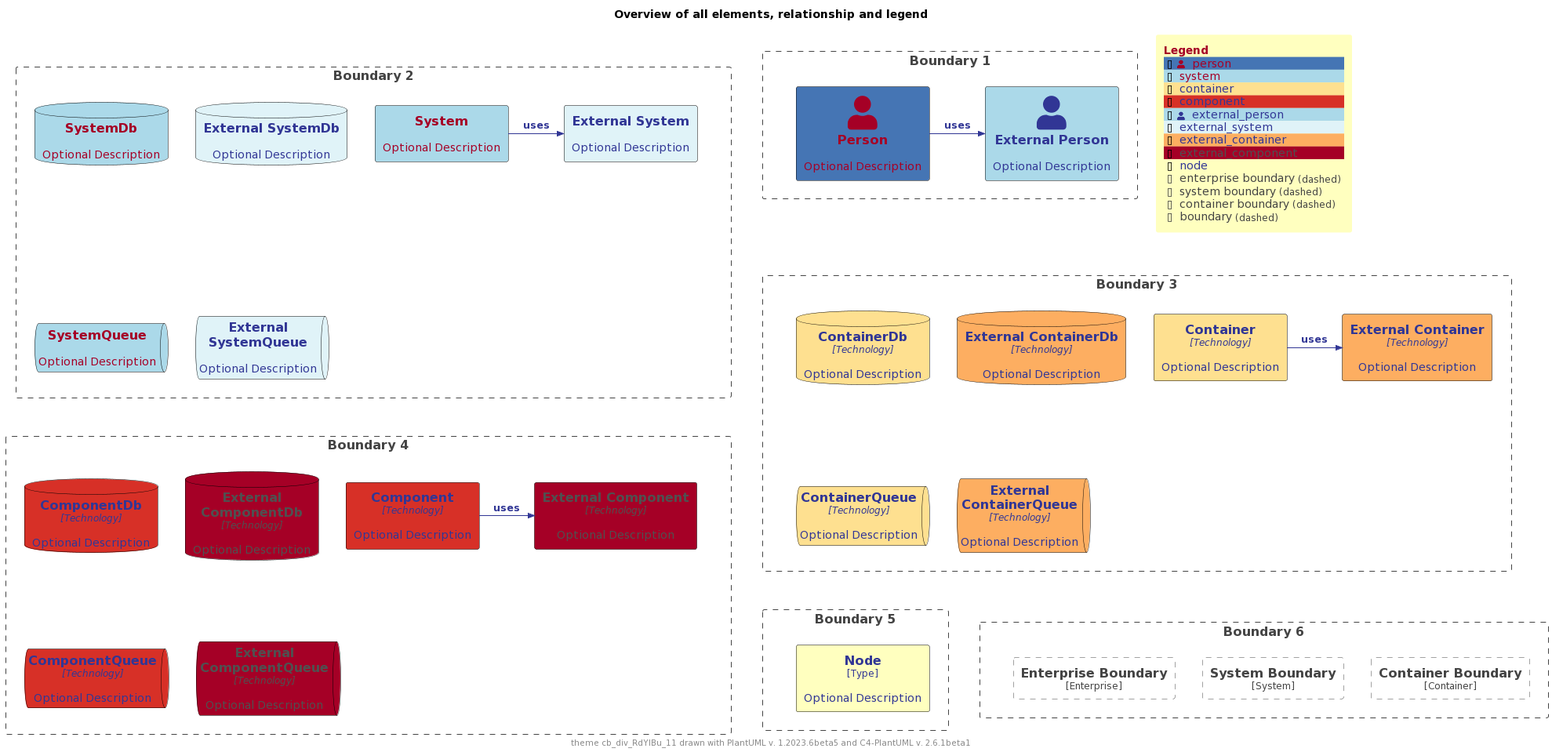
mweagle/C4-PlantUML-Themes keeps this PlantUML diagram as palettes/puml-theme-cb_div_RdYlBu_11-example.png. Above is the earlier version.
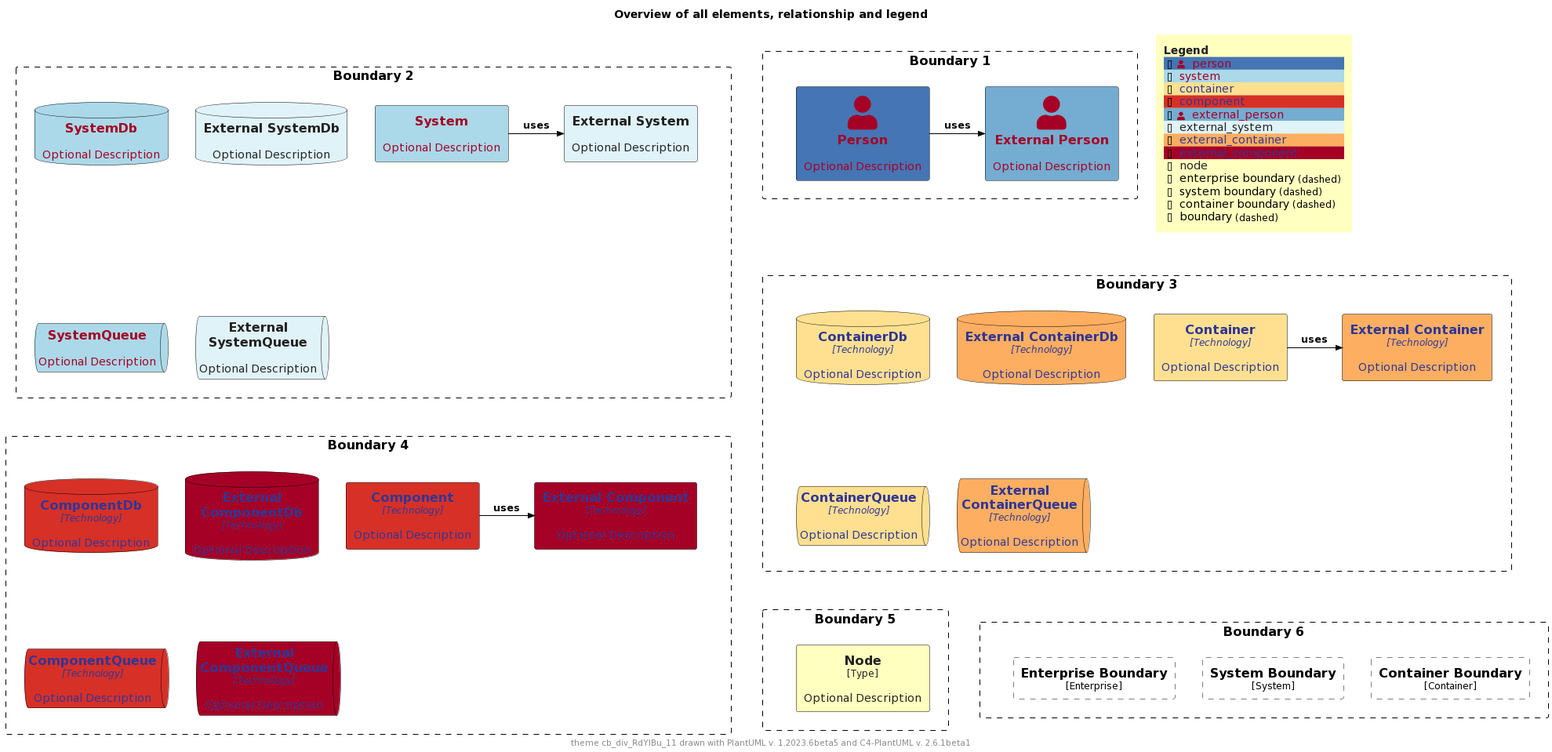
Above is the later version.

Diff of the diagram source:
```diff
@@ -2,16 +2,16 @@
 !$THEME = "cb_div_RdYlBu_11"
 
 !function $textcolor($bgColor)
-!if $bgcolor == $COLOR_INDEX_4 || $bgcolor == $COLOR_INDEX_5
+!if $bgColor == $COLOR_INDEX_0 || $bgColor == $COLOR_INDEX_1 || $bgColor == $COLOR_INDEX_2 || $bgColor == $COLOR_INDEX_3 || $bgColor == $COLOR_INDEX_4
+!return $COLOR_INDEX_10
+!elseif $bgColor == $COLOR_INDEX_7 || $bgColor == $COLOR_INDEX_8 || $bgColor == $COLOR_INDEX_9 || $bgColor == $COLOR_INDEX_10
+!return $COLOR_INDEX_0
+!elseif %is_light($bgColor)
+!return "#222222"
+!elseif %is_dark($bgColor)
+!return "#dddddd"
+!else
 !return $COLOR_TEXT_FALLBACK_COLOR
-!elseif $bgColor == $COLOR_INDEX_10
-!return $COLOR_TEXT_FALLBACK_COLOR
-!elseif $bgColor == $COLOR_INDEX_0
-!return $COLOR_TEXT_FALLBACK_COLOR
-!elseif %is_light($bgColor)
-!return $COLOR_TEXT_DARK
-!else
-!return $COLOR_TEXT_LIGHT
 !endif
 !endfunction
 
@@ -28,42 +28,40 @@
 !$COLOR_INDEX_10="#313695"
 !$COLOR_BORDER_COLOR="#000000"
 
-!$COLOR_REL_COLOR="#313695"
-
 !$COLOR_TEXT_LIGHT=$COLOR_INDEX_0
 !$COLOR_TEXT_DARK=$COLOR_INDEX_10
 !$COLOR_TEXT_NEUTRAL=$textcolor($COLOR_INDEX_5)
-!$COLOR_REL_COLOR=$textcolor($COLOR_INDEX_0)
+!$COLOR_REL_COLOR=$textcolor($COLOR_INDEX_10)
 
-!$COLOR_TEXT_FALLBACK_COLOR ?= "#505050"
+!$COLOR_TEXT_FALLBACK_COLOR ?= "#000000"
 
 !$STEREOTYPE_FONT_SIZE ?= 12
 !$TECHN_FONT_SIZE ?= 12
 
-!$ELEMENT_FONT_COLOR ?= $COLOR_TEXT_NEUTRAL
+!$ELEMENT_FONT_COLOR ?= $COLOR_TEXT_FALLBACK_COLOR
 
-!$ARROW_COLOR ?= $COLOR_TEXT_NEUTRAL
-!$ARROW_FONT_COLOR ?= $COLOR_TEXT_NEUTRAL
+!$ARROW_COLOR ?= $COLOR_TEXT_FALLBACK_COLOR
+!$ARROW_FONT_COLOR ?= $COLOR_TEXT_FALLBACK_COLOR
 !$ARROW_FONT_SIZE ?= 12
 
-!$BOUNDARY_COLOR ?= "#444444"
+!$BOUNDARY_COLOR ?= $COLOR_BORDER_COLOR
 !$BOUNDARY_BG_COLOR ?= "transparent"
 !$BOUNDARY_BORDER_STYLE ?= "dashed"
 
-!$PERSON_FONT_COLOR ?= $textcolor($COLOR_INDEX_9)
 !$PERSON_BG_COLOR ?= $COLOR_INDEX_9
+!$PERSON_FONT_COLOR ?= $textcolor($PERSON_BG_COLOR)
 !$PERSON_BORDER_COLOR ?= $COLOR_BORDER_COLOR
 
-!$EXTERNAL_PERSON_FONT_COLOR ?= $textcolor($COLOR_INDEX_7)
-!$EXTERNAL_PERSON_BG_COLOR ?= $COLOR_INDEX_7
+!$EXTERNAL_PERSON_BG_COLOR ?= $COLOR_INDEX_8
+!$EXTERNAL_PERSON_FONT_COLOR ?= $textcolor($EXTERNAL_PERSON_BG_COLOR)
 !$EXTERNAL_PERSON_BORDER_COLOR ?= $COLOR_BORDER_COLOR
 
-!$SYSTEM_FONT_COLOR ?= $COLOR_TEXT_LIGHT
 !$SYSTEM_BG_COLOR ?= $COLOR_INDEX_7
+!$SYSTEM_FONT_COLOR ?= $textcolor($SYSTEM_BG_COLOR)
 !$SYSTEM_BORDER_COLOR ?= $COLOR_BORDER_COLOR
 
-!$EXTERNAL_SYSTEM_FONT_COLOR ?= $textcolor($COLOR_INDEX_6)
 !$EXTERNAL_SYSTEM_BG_COLOR ?= $COLOR_INDEX_6
+!$EXTERNAL_SYSTEM_FONT_COLOR ?= $textcolor($EXTERNAL_SYSTEM_BG_COLOR)
 !$EXTERNAL_SYSTEM_BORDER_COLOR ?= $COLOR_BORDER_COLOR
 
 !$SYSTEM_BOUNDARY_COLOR ?= $BOUNDARY_COLOR
@@ -74,31 +72,31 @@
 !$ENTERPRISE_BOUNDARY_BG_COLOR ?= $BOUNDARY_BG_COLOR
 !$ENTERPRISE_BOUNDARY_BORDER_STYLE ?= $BOUNDARY_BORDER_STYLE
 
-!$CONTAINER_FONT_COLOR ?= $COLOR_TEXT_DARK
 !$CONTAINER_BG_COLOR ?= $COLOR_INDEX_4
+!$CONTAINER_FONT_COLOR ?= $textcolor($CONTAINER_BG_COLOR)
 !$CONTAINER_BORDER_COLOR ?= $COLOR_BORDER_COLOR
 
-!$EXTERNAL_CONTAINER_FONT_COLOR ?= $textcolor($COLOR_INDEX_3)
 !$EXTERNAL_CONTAINER_BG_COLOR ?= $COLOR_INDEX_3
+!$EXTERNAL_CONTAINER_FONT_COLOR ?= $textcolor($EXTERNAL_CONTAINER_BG_COLOR)
 !$EXTERNAL_CONTAINER_BORDER_COLOR ?= $COLOR_BORDER_COLOR
 
 !$CONTAINER_BOUNDARY_COLOR ?= $BOUNDARY_COLOR
 !$CONTAINER_BOUNDARY_BG_COLOR ?= $BOUNDARY_BG_COLOR
 !$CONTAINER_BOUNDARY_BORDER_STYLE ?= $BOUNDARY_BORDER_STYLE
 
-!$COMPONENT_FONT_COLOR ?= $COLOR_TEXT_DARK
 !$COMPONENT_BG_COLOR ?= $COLOR_INDEX_1
+!$COMPONENT_FONT_COLOR ?= $textcolor($COMPONENT_BG_COLOR)
 !$COMPONENT_BORDER_COLOR ?= $COLOR_BORDER_COLOR
 
-!$EXTERNAL_COMPONENT_FONT_COLOR ?= $textcolor($COLOR_INDEX_0)
 !$EXTERNAL_COMPONENT_BG_COLOR ?= $COLOR_INDEX_0
+!$EXTERNAL_COMPONENT_FONT_COLOR ?= $textcolor($EXTERNAL_COMPONENT_BG_COLOR)
 !$EXTERNAL_COMPONENT_BORDER_COLOR ?= $COLOR_BORDER_COLOR
 
-!$NODE_FONT_COLOR ?= $textcolor($COLOR_INDEX_5)
 !$NODE_BG_COLOR ?= $COLOR_INDEX_5
+!$NODE_FONT_COLOR ?= $textcolor($NODE_BG_COLOR)
 !$NODE_BORDER_COLOR ?= $COLOR_BORDER_COLOR
 
-!$LEGEND_TITLE_COLOR ?= $COLOR_INDEX_0
+!$LEGEND_TITLE_COLOR ?= $textcolor($COLOR_INDEX_5)
 !$LEGEND_FONT_COLOR ?= $textcolor($COLOR_INDEX_5)
 !$LEGEND_BG_COLOR ?= $COLOR_INDEX_5
 !$LEGEND_BORDER_COLOR ?= $COLOR_INDEX_5
@@ -125,8 +123,8 @@
 !$LEGEND_DASHED_TRANSPARENT_BOUNDARY ?= "dashed"
 
 !$SKETCH_BG_COLOR ?= "transparent"
-!$SKETCH_FONT_COLOR ?= $COLOR_INDEX_NEUTRAL
-!$SKETCH_WARNING_COLOR ?= $COLOR_INDEX_10
+!$SKETCH_FONT_COLOR ?= $COLOR_INDEX_10
+!$SKETCH_WARNING_COLOR ?= $COLOR_INDEX_0
 
 !$SKETCH_FONT_NAME ?= "Gochi Hand"
 
@@ -135,5 +133,84 @@
 
 !$ROUNDED_BOX_SIZE ?= 25
 !$EIGHT_SIDED_SIZE ?= 18
-!include https://raw.githubusercontent.com/plantuml-stdlib/C4-PlantUML/master/percy/TestAllElementsWithLegend.puml
+
+
+!if %variable_exists("RELATIVE_INCLUDE")
+  !include %get_variable_value("RELATIVE_INCLUDE")/C4_Component.puml
+  !include %get_variable_value("RELATIVE_INCLUDE")/C4_Deployment.puml
+!else
+  !include https://raw.githubusercontent.com/plantuml-stdlib/C4-PlantUML/master/C4_Component.puml
+  !include https://raw.githubusercontent.com/plantuml-stdlib/C4-PlantUML/master/C4_Deployment.puml
+!endif
+
+SetDefaultLegendEntries("person\nsystem\ncontainer\ncomponent\nexternal_person\nexternal_system\nexternal_container\nexternal_component\nnode\nenterprise_boundary\nsystem_boundary\ncontainer_boundary\nboundary")
+
+title Overview of all elements, relationship and legend
+
+footer theme $THEME drawn with PlantUML v. %version() and C4-PlantUML v. C4Version()
+
+Boundary(b2, "Boundary 2") {
+  System(system, "System", "Optional Description")
+  System_Ext(externalSystem, "External System", "Optional Description")
+  Rel_R(system, externalSystem, "uses")
+
+  SystemDb(systemDb, "SystemDb", "Optional Description")
+  SystemDb_Ext(externalSystemDb, "External SystemDb", "Optional Description")
+  SystemQueue(systemQueue, "SystemQueue", "Optional Description")
+  SystemQueue_Ext(externalSystemQueue, "External SystemQueue", "Optional Description")
+}
+
+Boundary(b1, "Boundary 1") {
+  Person(person, "Person", "Optional Description")
+  Person_Ext(externalPerson, "External Person", "Optional Description")
+  Rel_R(person, externalPerson, "uses")
+}
+
+Boundary(b3, "Boundary 3") {
+  Container(container, "Container", "Technology", "Optional Description")
+  Container_Ext(externalContainer, "External Container", "Technology", "Optional Description")
+  Rel_R(container, externalContainer, "uses")
+
+  ContainerDb(containerDb, "ContainerDb", "Technology", "Optional Description")
+  ContainerDb_Ext(externalContainerDb, "External ContainerDb", "Technology", "Optional Description")
+  ContainerQueue(containerQueue, "ContainerQueue", "Technology", "Optional Description")
+  ContainerQueue_Ext(externalContainerQueue, "External ContainerQueue", "Technology", "Optional Description")
+}
+
+Boundary(b4, "Boundary 4") {
+  Component(component, "Component", "Technology", "Optional Description")
+  Component_Ext(externalComponent, "External Component", "Technology", "Optional Description")
+  Rel_R(component, externalComponent, "uses")
+
+  ComponentDb(componentDb, "ComponentDb", "Technology", "Optional Description")
+  ComponentDb_Ext(externalComponentDb, "External ComponentDb", "Technology", "Optional Description")
+  ComponentQueue(componentQueue, "ComponentQueue", "Technology", "Optional Description")
+  ComponentQueue_Ext(externalComponentQueue, "External ComponentQueue", "Technology", "Optional Description")
+}
+
+Boundary(b5, "Boundary 5") {
+  Node(node, "Node", "Type", "Optional Description")
+}
+
+Boundary(b6, "Boundary 6") {
+  Enterprise_Boundary(eb, "Enterprise Boundary") {
+  }
+
+  System_Boundary(sb, "System Boundary") {
+  }
+
+  Container_Boundary(cb, "Container Boundary") {
+  }
+
+  Lay_R(eb,sb)
+  Lay_R(sb,cb)
+}
+
+Lay_D(b2,b3)
+Lay_R(b2,b1)
+Lay_D(b3,b4)
+Lay_D(b4,b5)
+Lay_R(b5,b6)
+
+SHOW_FLOATING_LEGEND()
 @enduml
```
